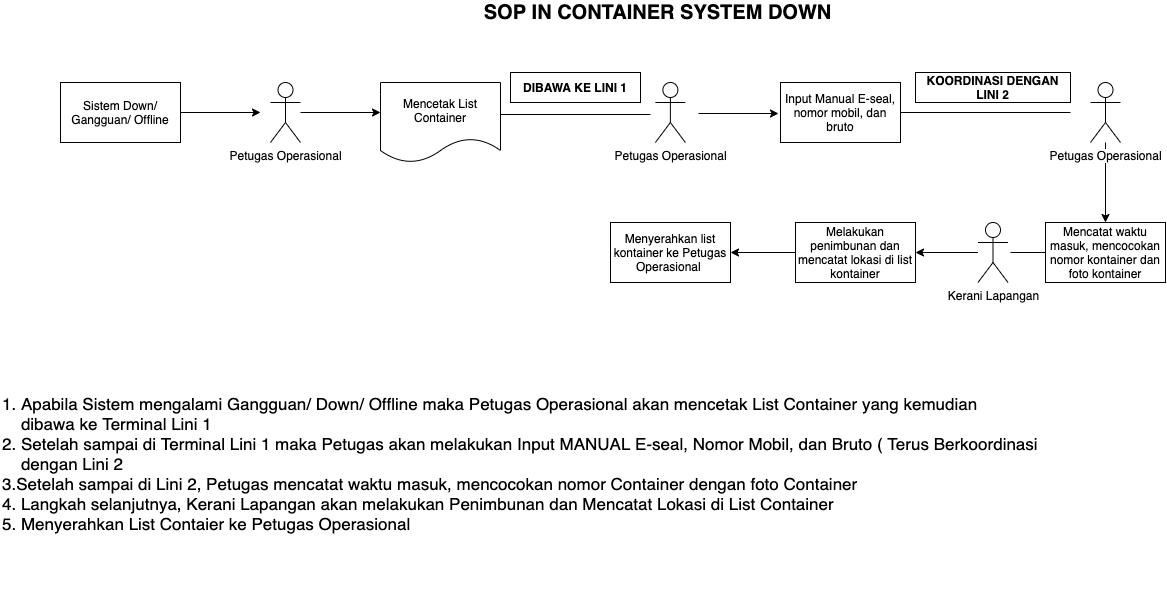
Earlier version of the draw.io export img/sopdownin.png (sftmm/User-Manual). Source tidied: cells renumbered, new cells last; positions are measured from the earlier drawing's top-left corner, leaving out a move shared by most shapes. Its diagram source:
```xml
<mxGraphModel>
  <root>
    <mxCell id="0" />
    <mxCell id="1" parent="0" />
    <mxCell id="2" style="edgeStyle=orthogonalEdgeStyle;rounded=0;jettySize=auto;html=1;" parent="1" edge="1" source="3">
      <mxGeometry relative="1" as="geometry">
        <mxPoint x="260" y="110" as="targetPoint" />
      </mxGeometry>
    </mxCell>
    <mxCell id="3" value="&lt;span style=&quot;white-space: normal&quot;&gt;Sistem Down/ Gangguan/ Offline&lt;/span&gt;" style="rounded=0;whiteSpace=wrap;html=1;" parent="1" vertex="1">
      <mxGeometry x="60" y="80" width="120" height="60" as="geometry" />
    </mxCell>
    <mxCell id="4" style="edgeStyle=orthogonalEdgeStyle;rounded=0;jettySize=auto;html=1;" parent="1" edge="1" source="5">
      <mxGeometry relative="1" as="geometry">
        <mxPoint x="380" y="110" as="targetPoint" />
      </mxGeometry>
    </mxCell>
    <mxCell id="5" value="Petugas Operasional" style="shape=umlActor;verticalLabelPosition=bottom;labelBackgroundColor=#ffffff;verticalAlign=top;html=1;outlineConnect=0;" parent="1" vertex="1">
      <mxGeometry x="270" y="80" width="30" height="60" as="geometry" />
    </mxCell>
    <mxCell id="6" value="Mencetak List Container" style="shape=document;whiteSpace=wrap;html=1;boundedLbl=1;" parent="1" vertex="1">
      <mxGeometry x="380" y="80" width="120" height="80" as="geometry" />
    </mxCell>
    <mxCell id="7" style="endArrow=none;html=1;" parent="1" edge="1">
      <mxGeometry relative="1" as="geometry">
        <mxPoint x="500" y="112" as="sourcePoint" />
        <mxPoint x="650" y="112" as="targetPoint" />
      </mxGeometry>
    </mxCell>
    <mxCell id="8" style="edgeStyle=orthogonalEdgeStyle;rounded=0;orthogonalLoop=1;jettySize=auto;html=1;" parent="1" edge="1">
      <mxGeometry relative="1" as="geometry">
        <mxPoint x="698" y="111" as="sourcePoint" />
        <mxPoint x="778" y="111" as="targetPoint" />
      </mxGeometry>
    </mxCell>
    <mxCell id="9" value="Petugas Operasional" style="shape=umlActor;verticalLabelPosition=bottom;labelBackgroundColor=#ffffff;verticalAlign=top;html=1;" parent="1" vertex="1">
      <mxGeometry x="654.9" y="80" width="30" height="60" as="geometry" />
    </mxCell>
    <mxCell id="10" value="Input Manual E-seal, nomor mobil, dan bruto" style="rounded=0;whiteSpace=wrap;html=1;" parent="1" vertex="1">
      <mxGeometry x="780" y="80" width="120" height="60" as="geometry" />
    </mxCell>
    <mxCell id="11" style="endArrow=none;html=1;exitX=1;exitY=0.5;exitDx=0;exitDy=0;" parent="1" edge="1" source="10">
      <mxGeometry relative="1" as="geometry">
        <mxPoint x="1070" y="110" as="targetPoint" />
      </mxGeometry>
    </mxCell>
    <mxCell id="12" style="edgeStyle=orthogonalEdgeStyle;rounded=0;jettySize=auto;html=1;" parent="1" edge="1" source="13">
      <mxGeometry relative="1" as="geometry">
        <mxPoint x="1105" y="220" as="targetPoint" />
      </mxGeometry>
    </mxCell>
    <mxCell id="13" value="Petugas Operasional" style="shape=umlActor;verticalLabelPosition=bottom;labelBackgroundColor=#ffffff;verticalAlign=top;html=1;outlineConnect=0;" parent="1" vertex="1">
      <mxGeometry x="1090" y="80" width="30" height="60" as="geometry" />
    </mxCell>
    <mxCell id="14" value="Mencatat waktu masuk, mencocokan nomor kontainer dan foto kontainer" style="rounded=0;whiteSpace=wrap;html=1;" parent="1" vertex="1">
      <mxGeometry x="1045" y="220" width="120" height="60" as="geometry" />
    </mxCell>
    <mxCell id="15" style="endArrow=none;html=1;exitX=0;exitY=0.5;exitDx=0;exitDy=0;" parent="1" edge="1" source="14">
      <mxGeometry relative="1" as="geometry">
        <mxPoint x="1010" y="250" as="targetPoint" />
      </mxGeometry>
    </mxCell>
    <mxCell id="16" style="edgeStyle=orthogonalEdgeStyle;rounded=0;jettySize=auto;html=1;" parent="1" edge="1" source="17" target="19">
      <mxGeometry relative="1" as="geometry" />
    </mxCell>
    <mxCell id="17" value="Kerani Lapangan" style="shape=umlActor;verticalLabelPosition=bottom;labelBackgroundColor=#ffffff;verticalAlign=top;html=1;outlineConnect=0;" parent="1" vertex="1">
      <mxGeometry x="977.5" y="220" width="30" height="60" as="geometry" />
    </mxCell>
    <mxCell id="18" style="edgeStyle=orthogonalEdgeStyle;rounded=0;jettySize=auto;html=1;" parent="1" edge="1" source="19" target="20">
      <mxGeometry relative="1" as="geometry" />
    </mxCell>
    <mxCell id="19" value="Melakukan penimbunan dan mencatat lokasi di list kontainer" style="rounded=0;whiteSpace=wrap;html=1;" parent="1" vertex="1">
      <mxGeometry x="795" y="220" width="120" height="60" as="geometry" />
    </mxCell>
    <mxCell id="20" value="Menyerahkan list kontainer ke Petugas Operasional&amp;nbsp;" style="rounded=0;whiteSpace=wrap;html=1;" parent="1" vertex="1">
      <mxGeometry x="610" y="220" width="120" height="60" as="geometry" />
    </mxCell>
    <mxCell id="21" value="&lt;b&gt;DIBAWA KE LINI 1&lt;/b&gt;" style="rounded=0;whiteSpace=wrap;html=1;" parent="1" vertex="1">
      <mxGeometry x="510" y="70" width="130" height="30" as="geometry" />
    </mxCell>
    <mxCell id="22" value="&lt;b&gt;KOORDINASI DENGAN LINI 2&lt;/b&gt;" style="rounded=0;whiteSpace=wrap;html=1;" parent="1" vertex="1">
      <mxGeometry x="915" y="70" width="155" height="30" as="geometry" />
    </mxCell>
    <mxCell id="23" value="&lt;b&gt;&lt;font style=&quot;font-size: 20px&quot;&gt;SOP IN CONTAINER SYSTEM DOWN&lt;/font&gt;&lt;/b&gt;" style="text;html=1;strokeColor=none;fillColor=none;align=center;verticalAlign=middle;whiteSpace=wrap;rounded=0;" parent="1" vertex="1">
      <mxGeometry x="460" width="395" height="20" as="geometry" />
    </mxCell>
    <mxCell id="24" value="&lt;font style=&quot;font-size: 17px&quot;&gt;1. Apabila Sistem mengalami Gangguan/ Down/ Offline maka Petugas Operasional akan mencetak List Container yang kemudian&lt;br&gt;&amp;nbsp; &amp;nbsp; dibawa ke Terminal Lini 1&amp;nbsp;&lt;br&gt;2. Setelah sampai di Terminal Lini 1 maka Petugas akan melakukan Input MANUAL E-seal, Nomor Mobil, dan Bruto ( Terus Berkoordinasi&lt;br&gt;&amp;nbsp; &amp;nbsp; dengan Lini 2&lt;br&gt;3.Setelah sampai di Lini 2, Petugas mencatat waktu masuk, mencocokan nomor Container dengan foto Container&lt;br&gt;4. Langkah selanjutnya, Kerani Lapangan akan melakukan Penimbunan dan Mencatat Lokasi di List Container&lt;br&gt;5. Menyerahkan List Contaier ke Petugas Operasional&lt;br&gt;&lt;br&gt;&lt;/font&gt;" style="text;html=1;" parent="1" vertex="1">
      <mxGeometry y="385" width="987" height="210" as="geometry" />
    </mxCell>
  </root>
</mxGraphModel>
```
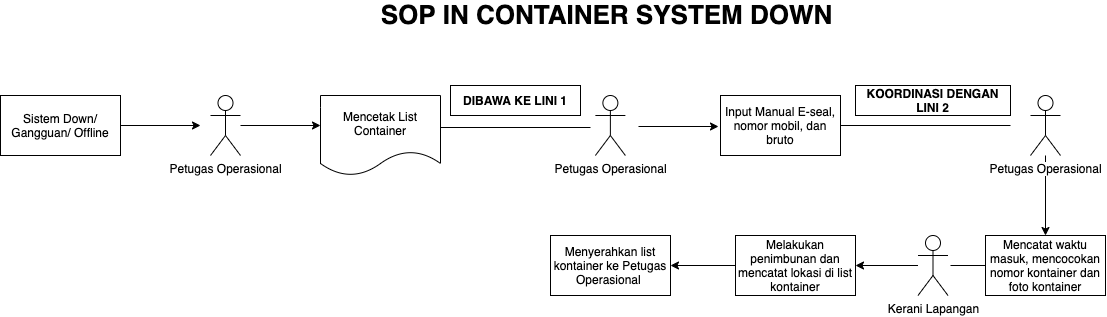
The same diagram one commit later.

What changed in the source:
```diff
@@ -81,11 +81,8 @@
     <mxCell id="22" value="&lt;b&gt;KOORDINASI DENGAN LINI 2&lt;/b&gt;" style="rounded=0;whiteSpace=wrap;html=1;" parent="1" vertex="1">
       <mxGeometry x="915" y="70" width="155" height="30" as="geometry" />
     </mxCell>
-    <mxCell id="23" value="&lt;b&gt;&lt;font style=&quot;font-size: 20px&quot;&gt;SOP IN CONTAINER SYSTEM DOWN&lt;/font&gt;&lt;/b&gt;" style="text;html=1;strokeColor=none;fillColor=none;align=center;verticalAlign=middle;whiteSpace=wrap;rounded=0;" parent="1" vertex="1">
-      <mxGeometry x="460" width="395" height="20" as="geometry" />
+    <mxCell id="23" value="&lt;b&gt;&lt;font style=&quot;font-size: 26px&quot;&gt;SOP IN CONTAINER SYSTEM DOWN&lt;/font&gt;&lt;/b&gt;" style="text;html=1;strokeColor=none;fillColor=none;align=center;verticalAlign=middle;whiteSpace=wrap;rounded=0;" parent="1" vertex="1">
+      <mxGeometry x="418" y="-10" width="497" height="20" as="geometry" />
     </mxCell>
-    <mxCell id="24" value="&lt;font style=&quot;font-size: 17px&quot;&gt;1. Apabila Sistem mengalami Gangguan/ Down/ Offline maka Petugas Operasional akan mencetak List Container yang kemudian&lt;br&gt;&amp;nbsp; &amp;nbsp; dibawa ke Terminal Lini 1&amp;nbsp;&lt;br&gt;2. Setelah sampai di Terminal Lini 1 maka Petugas akan melakukan Input MANUAL E-seal, Nomor Mobil, dan Bruto ( Terus Berkoordinasi&lt;br&gt;&amp;nbsp; &amp;nbsp; dengan Lini 2&lt;br&gt;3.Setelah sampai di Lini 2, Petugas mencatat waktu masuk, mencocokan nomor Container dengan foto Container&lt;br&gt;4. Langkah selanjutnya, Kerani Lapangan akan melakukan Penimbunan dan Mencatat Lokasi di List Container&lt;br&gt;5. Menyerahkan List Contaier ke Petugas Operasional&lt;br&gt;&lt;br&gt;&lt;/font&gt;" style="text;html=1;" parent="1" vertex="1">
-      <mxGeometry y="385" width="987" height="210" as="geometry" />
-    </mxCell>
   </root>
 </mxGraphModel>
```
